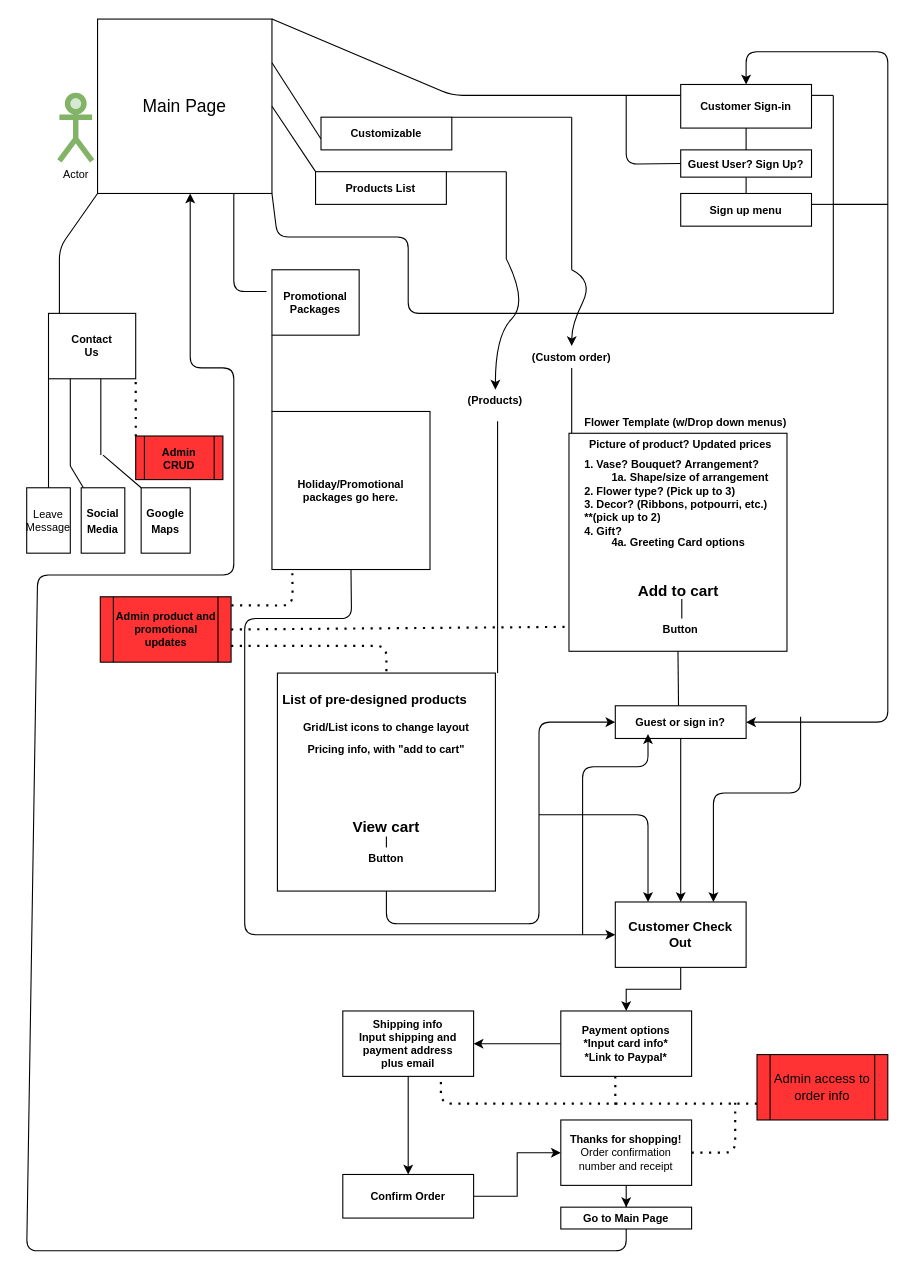
Earlier version of the draw.io diagram Flowershop.drawio (zinvergo93/flowershop). Source tidied: cells renumbered, new cells numbered last; positions are measured from the earlier drawing's top-left corner, leaving out a move shared by most shapes. Both pictures are drawn from the tidied source at 109%, with x=0, y=0 at pixel (26, 19).
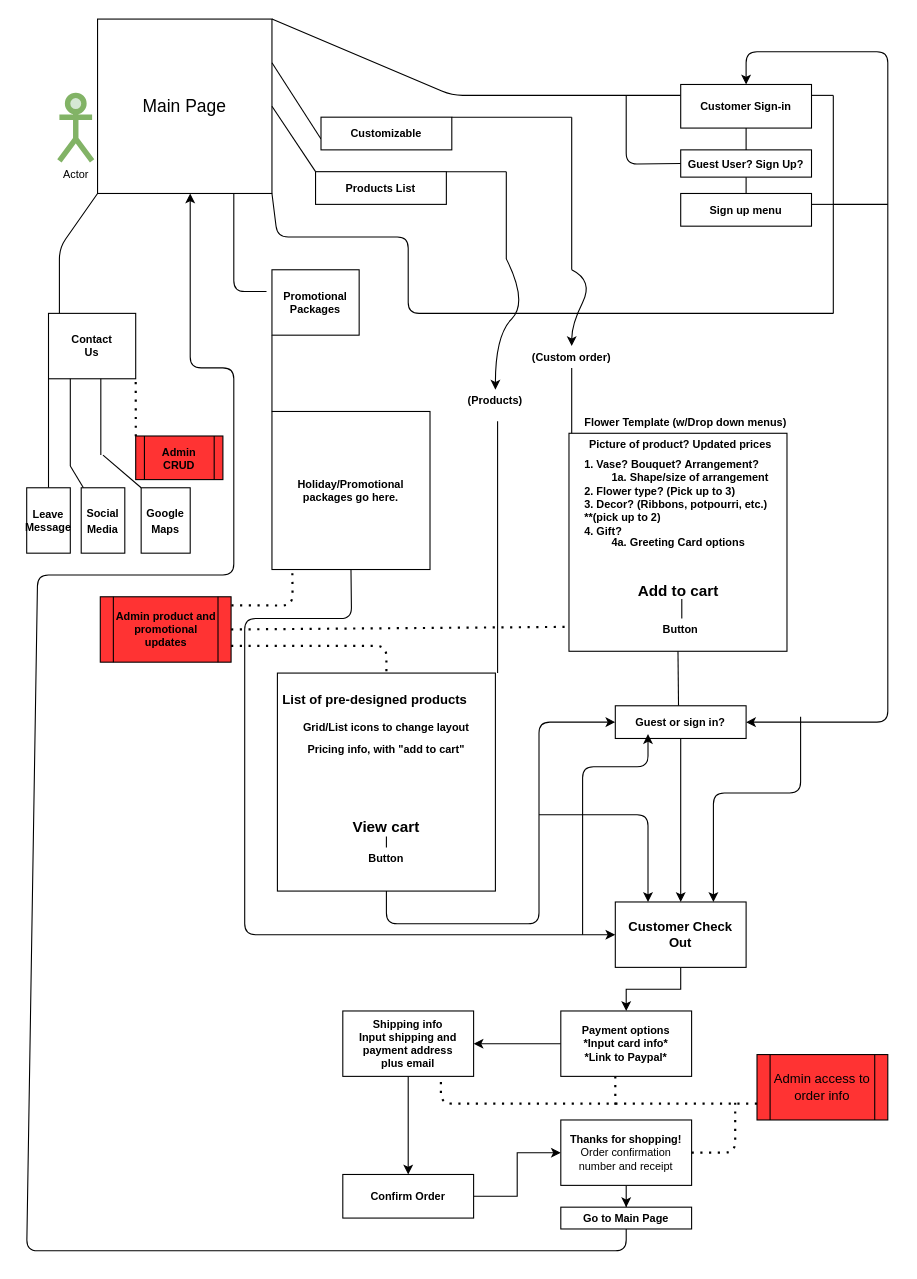
The same page after the edit.

Commit message:
Full Flowershop sitemap

Diff of the diagram source:
```diff
@@
-    <mxCell id="14" value="Leave Message" style="rounded=0;whiteSpace=wrap;html=1;strokeWidth=1;fontFamily=Helvetica;fontSize=10;direction=south;" parent="1" vertex="1">
+    <mxCell id="14" value="&lt;b&gt;Leave Message&lt;/b&gt;" style="rounded=0;whiteSpace=wrap;html=1;strokeWidth=1;fontFamily=Helvetica;fontSize=10;direction=south;" parent="1" vertex="1">
       <mxGeometry y="430" width="40" height="60" as="geometry" />
     </mxCell>
```
